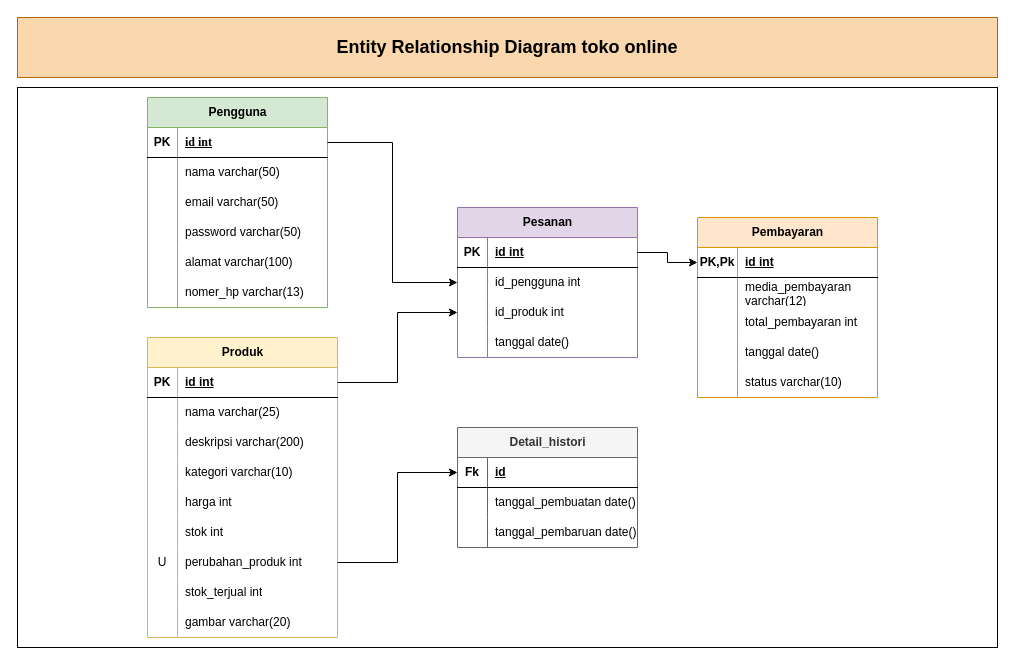
Earlier version of the draw.io diagram Untitled Diagram.drawio (al-khoodhy/perancangan-db-toko-online). Source tidied: cells renumbered, new cells numbered last; positions are measured from the earlier drawing's top-left corner, leaving out a move shared by most shapes. Both pictures are drawn from the tidied source at 100%, with x=0, y=0 at pixel (17, 17).
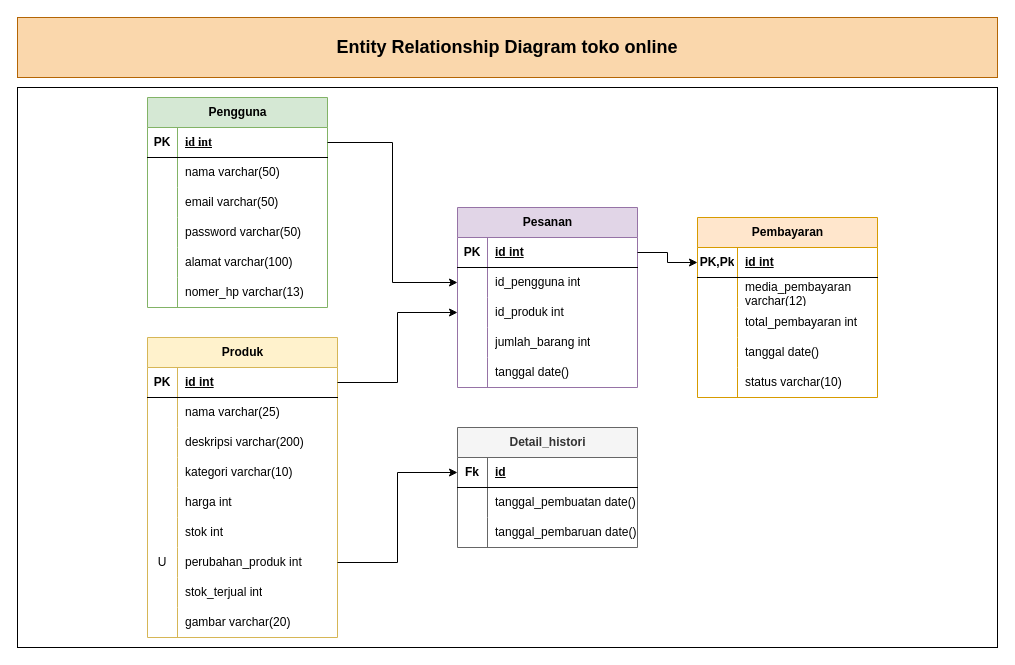
After the change.

Unchanged cells that the change refers to:
```xml
<mxCell id="60" style="shape=tableRow;horizontal=0;startSize=0;swimlaneHead=0;swimlaneBody=0;fillColor=none;top=0;left=0;right=0;bottom=0;" parent="50" vertex="1">
  <mxGeometry y="120" width="180" height="30" as="geometry" />
</mxCell>
```

The edit, as a diff of the source:
```diff
@@
     <mxCell id="50" value="Pesanan" style="shape=table;startSize=30;childLayout=tableLayout;rowLines=0;fontStyle=1;align=center;html=1;fillColor=#e1d5e7;strokeColor=#9673a6;" parent="1" vertex="1">
-      <mxGeometry x="440" y="190" width="180" height="150" as="geometry" />
+      <mxGeometry x="440" y="190" width="180" height="180" as="geometry" />
     </mxCell>
@@
-    <mxCell id="62" value="tanggal date()" style="shape=partialRectangle;fillColor=none;top=0;left=0;bottom=0;right=0;align=left;spacingLeft=6;overflow=hidden;whiteSpace=wrap;html=1;" parent="60" vertex="1">
+    <mxCell id="62" value="jumlah_barang int" style="shape=partialRectangle;fillColor=none;top=0;left=0;bottom=0;right=0;align=left;spacingLeft=6;overflow=hidden;whiteSpace=wrap;html=1;" parent="60" vertex="1">
       <mxGeometry x="30" width="150" height="30" as="geometry" />
     </mxCell>
+    <mxCell id="94" style="shape=tableRow;horizontal=0;startSize=0;swimlaneHead=0;swimlaneBody=0;fillColor=none;top=0;left=0;right=0;bottom=0;" parent="50" vertex="1">
+      <mxGeometry y="150" width="180" height="30" as="geometry" />
+    </mxCell>
+    <mxCell id="95" style="shape=partialRectangle;fillColor=none;top=0;left=0;bottom=0;right=0;overflow=hidden;whiteSpace=wrap;html=1;" parent="94" vertex="1">
+      <mxGeometry width="30" height="30" as="geometry" />
+    </mxCell>
+    <mxCell id="96" value="tanggal date()" style="shape=partialRectangle;fillColor=none;top=0;left=0;bottom=0;right=0;align=left;spacingLeft=6;overflow=hidden;whiteSpace=wrap;html=1;" parent="94" vertex="1">
+      <mxGeometry x="30" width="150" height="30" as="geometry" />
+    </mxCell>
```
